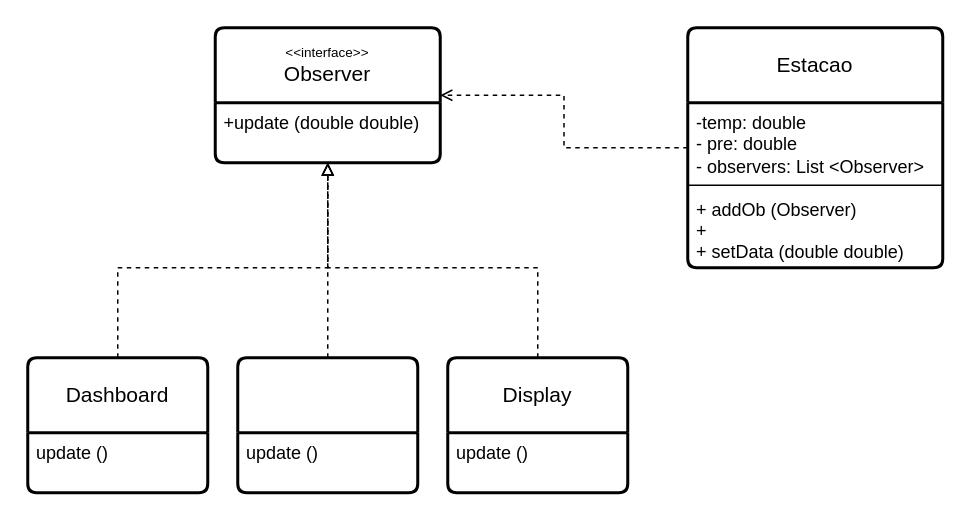
Earlier version of the draw.io diagram Padrões de Projeto/Observer/Observer.drawio (BeatrizBonatto/Bertoti). Source tidied: cells renumbered, new cells numbered last; positions are measured from the earlier drawing's top-left corner, leaving out a move shared by most shapes. Both pictures are drawn from the tidied source at 150%, with x=0, y=0 at pixel (27, 27).
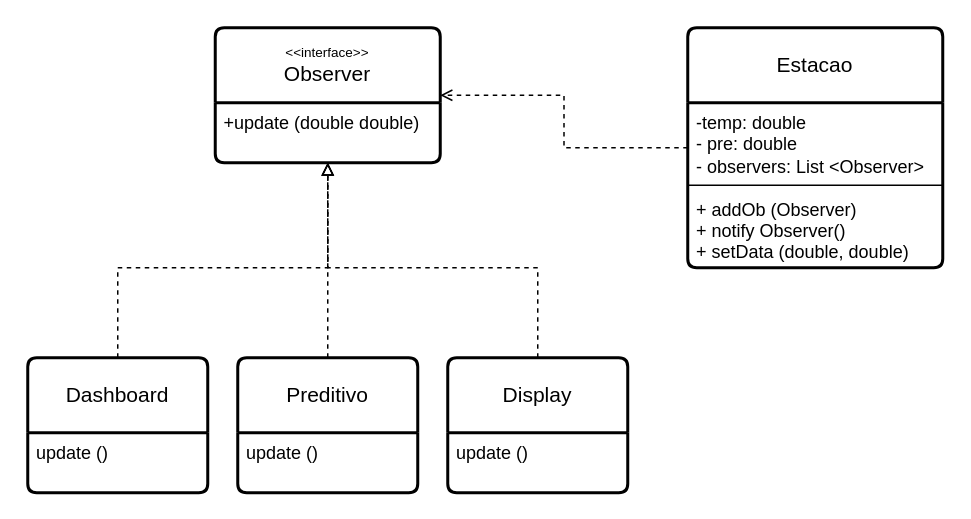
Above is the later version.

Unchanged cells that the change refers to:
```xml
<mxCell id="3" value="Estacao" style="swimlane;horizontal=1;startSize=50;rounded=1;fontSize=14;fontStyle=0;strokeWidth=2;shadow=0;dashed=0;align=center;arcSize=4;whiteSpace=wrap;html=1;" parent="1" vertex="1">
  <mxGeometry x="440" width="170" height="160" as="geometry" />
</mxCell>
```

Change to the diagram source:
```diff
@@
-    <mxCell id="4" value="-temp: double&lt;div&gt;- pre: double&lt;/div&gt;&lt;div&gt;- observers: List &amp;lt;Observer&amp;gt;&lt;/div&gt;&lt;div&gt;&lt;br&gt;&lt;/div&gt;&lt;div&gt;+ addOb (Observer)&lt;/div&gt;&lt;div&gt;+&amp;nbsp;&lt;/div&gt;&lt;div&gt;+ setData (double double)&lt;/div&gt;" style="align=left;strokeColor=none;fillColor=none;spacingLeft=4;fontSize=12;verticalAlign=top;html=1;" parent="3" vertex="1">
+    <mxCell id="4" value="-temp: double&lt;div&gt;- pre: double&lt;/div&gt;&lt;div&gt;- observers: List &amp;lt;Observer&amp;gt;&lt;/div&gt;&lt;div&gt;&lt;br&gt;&lt;/div&gt;&lt;div&gt;+ addOb (Observer)&lt;/div&gt;&lt;div&gt;+ notify Observer()&lt;/div&gt;&lt;div&gt;+ setData (double, double)&lt;/div&gt;" style="align=left;strokeColor=none;fillColor=none;spacingLeft=4;fontSize=12;verticalAlign=top;html=1;" parent="3" vertex="1">
       <mxGeometry y="50" width="170" height="110" as="geometry" />
     </mxCell>
@@
-    <mxCell id="12" style="swimlane;horizontal=1;startSize=50;rounded=1;fontSize=14;fontStyle=0;strokeWidth=2;shadow=0;dashed=0;align=center;arcSize=4;whiteSpace=wrap;html=1;" parent="1" vertex="1">
+    <mxCell id="12" value="Preditivo" style="swimlane;horizontal=1;startSize=50;rounded=1;fontSize=14;fontStyle=0;strokeWidth=2;shadow=0;dashed=0;align=center;arcSize=4;whiteSpace=wrap;html=1;" parent="1" vertex="1">
       <mxGeometry x="140" y="220" width="120" height="90" as="geometry" />
     </mxCell>
```
